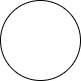
Above: docs/Tools/drawio/test1.drawio.png in jesshaw/mynotes (draw.io), before the change. Source tidied: cells renumbered, new cells last; positions are measured from the earlier drawing's top-left corner, leaving out a move shared by most shapes.
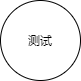
The same file after the commit.

Change to the diagram source:
```diff
@@ -2,7 +2,7 @@
   <root>
     <mxCell id="0" />
     <mxCell id="1" parent="0" />
-    <mxCell id="2" style="ellipse;whiteSpace=wrap;html=1;" parent="1" vertex="1">
+    <mxCell id="2" value="测试" style="ellipse;whiteSpace=wrap;html=1;" parent="1" vertex="1">
       <mxGeometry width="80" height="80" as="geometry" />
     </mxCell>
   </root>
```
